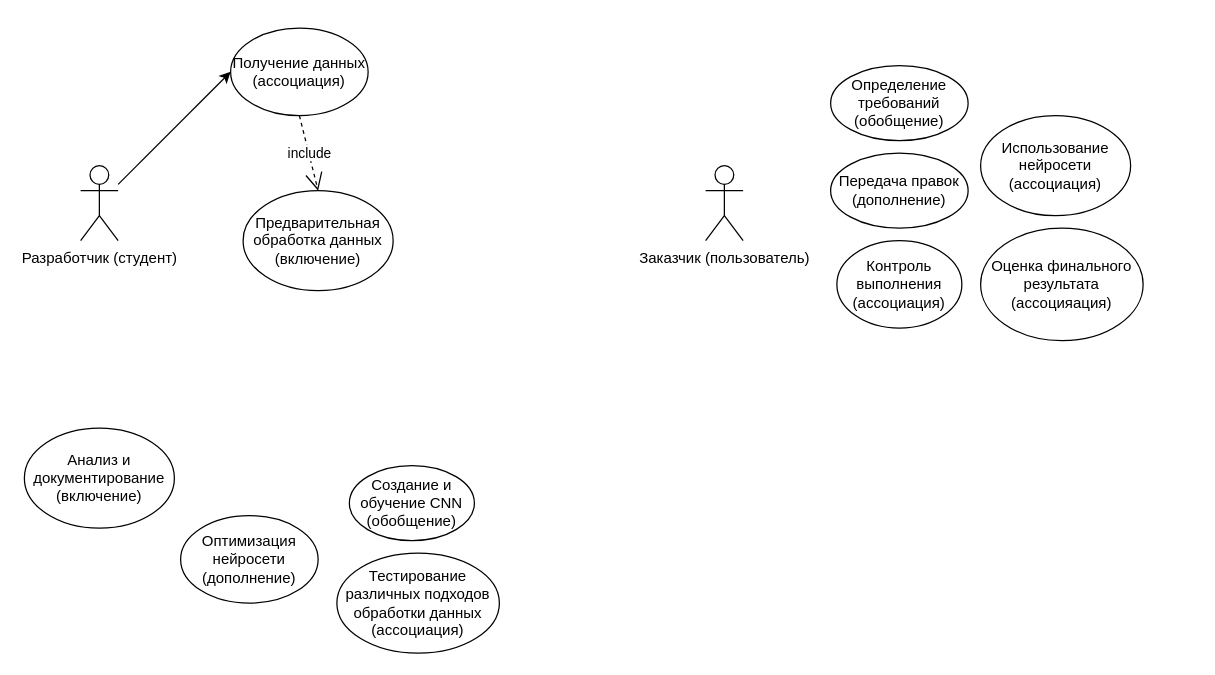
Above: Untitled Diagram.drawio in GeekNekoS/Draw_io (draw.io), before the change. Source tidied: cells renumbered, new cells numbered last; positions are measured from the earlier drawing's top-left corner, leaving out a move shared by most shapes. Both pictures are drawn from the tidied source at 125%, with x=0, y=0 at pixel (24, 28).
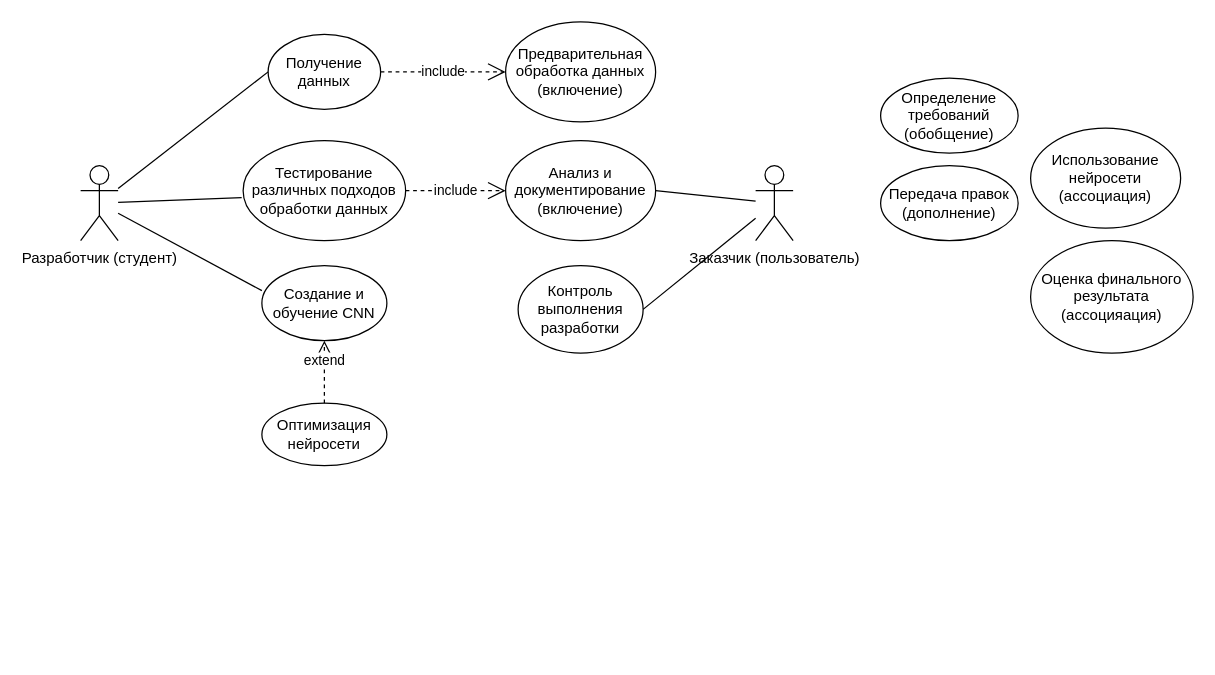
Above is the later version.

Unchanged cells that the change refers to:
```xml
<mxCell id="2" value="&lt;div&gt;Разработчик (студент)&lt;br&gt;&lt;/div&gt;&lt;div&gt;&lt;br&gt;&lt;/div&gt;" style="shape=umlActor;verticalLabelPosition=bottom;verticalAlign=top;html=1;outlineConnect=0;" parent="1" vertex="1">
  <mxGeometry x="45" y="110" width="30" height="60" as="geometry" />
</mxCell>
```

What changed in the source:
```diff
@@
-    <mxCell id="3" value="&lt;div&gt;Получение данных (ассоциация)&lt;/div&gt;" style="ellipse;whiteSpace=wrap;html=1;" parent="1" vertex="1">
-      <mxGeometry x="165" width="110" height="70" as="geometry" />
+    <mxCell id="3" value="&lt;div&gt;Получение данных &lt;br&gt;&lt;/div&gt;" style="ellipse;whiteSpace=wrap;html=1;" parent="1" vertex="1">
+      <mxGeometry x="195" y="5" width="90" height="60" as="geometry" />
     </mxCell>
     <mxCell id="4" value="&lt;div&gt;Предварительная обработка данных (включение) &lt;br&gt;&lt;/div&gt;" style="ellipse;whiteSpace=wrap;html=1;" parent="1" vertex="1">
-      <mxGeometry x="175" y="130" width="120" height="80" as="geometry" />
+      <mxGeometry x="385" y="-5" width="120" height="80" as="geometry" />
     </mxCell>
-    <mxCell id="5" value="&lt;div&gt;Создание и обучение CNN (обобщение)&lt;br&gt;&lt;/div&gt;" style="ellipse;whiteSpace=wrap;html=1;" parent="1" vertex="1">
-      <mxGeometry x="260" y="350" width="100" height="60" as="geometry" />
+    <mxCell id="5" value="&lt;div&gt;Создание и обучение CNN &lt;br&gt;&lt;/div&gt;" style="ellipse;whiteSpace=wrap;html=1;" parent="1" vertex="1">
+      <mxGeometry x="190" y="190" width="100" height="60" as="geometry" />
     </mxCell>
-    <mxCell id="6" value="Оптимизация нейросети (дополнение)" style="ellipse;whiteSpace=wrap;html=1;" parent="1" vertex="1">
-      <mxGeometry x="125" y="390" width="110" height="70" as="geometry" />
+    <mxCell id="6" value="Оптимизация нейросети" style="ellipse;whiteSpace=wrap;html=1;" parent="1" vertex="1">
+      <mxGeometry x="190" y="300" width="100" height="50" as="geometry" />
     </mxCell>
-    <mxCell id="7" value="Тестирование различных подходов обработки данных (ассоциация)" style="ellipse;whiteSpace=wrap;html=1;" parent="1" vertex="1">
-      <mxGeometry x="250" y="420" width="130" height="80" as="geometry" />
+    <mxCell id="7" value="Тестирование различных подходов обработки данных " style="ellipse;whiteSpace=wrap;html=1;" parent="1" vertex="1">
+      <mxGeometry x="175" y="90" width="130" height="80" as="geometry" />
     </mxCell>
     <mxCell id="8" value="Анализ и документирование (включение)" style="ellipse;whiteSpace=wrap;html=1;" parent="1" vertex="1">
-      <mxGeometry y="320" width="120" height="80" as="geometry" />
+      <mxGeometry x="385" y="90" width="120" height="80" as="geometry" />
     </mxCell>
     <mxCell id="9" value="&lt;div&gt;Заказчик (пользователь)&lt;/div&gt;" style="shape=umlActor;verticalLabelPosition=bottom;verticalAlign=top;html=1;outlineConnect=0;" parent="1" vertex="1">
-      <mxGeometry x="545" y="110" width="30" height="60" as="geometry" />
+      <mxGeometry x="585" y="110" width="30" height="60" as="geometry" />
     </mxCell>
     <mxCell id="10" value="Определение требований (обобщение)" style="ellipse;whiteSpace=wrap;html=1;" parent="1" vertex="1">
-      <mxGeometry x="645" y="30" width="110" height="60" as="geometry" />
+      <mxGeometry x="685" y="40" width="110" height="60" as="geometry" />
     </mxCell>
     <mxCell id="11" value="Передача правок (дополнение)" style="ellipse;whiteSpace=wrap;html=1;" parent="1" vertex="1">
-      <mxGeometry x="645" y="100" width="110" height="60" as="geometry" />
+      <mxGeometry x="685" y="110" width="110" height="60" as="geometry" />
     </mxCell>
-    <mxCell id="12" value="Контроль выполнения (ассоциация)" style="ellipse;whiteSpace=wrap;html=1;" parent="1" vertex="1">
-      <mxGeometry x="650" y="170" width="100" height="70" as="geometry" />
+    <mxCell id="12" value="Контроль выполнения разработки" style="ellipse;whiteSpace=wrap;html=1;" parent="1" vertex="1">
+      <mxGeometry x="395" y="190" width="100" height="70" as="geometry" />
     </mxCell>
     <mxCell id="13" value="Оценка финального результата (ассоцияация)" style="ellipse;whiteSpace=wrap;html=1;" parent="1" vertex="1">
-      <mxGeometry x="765" y="160" width="130" height="90" as="geometry" />
+      <mxGeometry x="805" y="170" width="130" height="90" as="geometry" />
     </mxCell>
     <mxCell id="14" value="Использование нейросети (ассоциация)" style="ellipse;whiteSpace=wrap;html=1;" parent="1" vertex="1">
-      <mxGeometry x="765" y="70" width="120" height="80" as="geometry" />
+      <mxGeometry x="805" y="80" width="120" height="80" as="geometry" />
     </mxCell>
+    <mxCell id="16" value="include" style="endArrow=open;endSize=12;dashed=1;html=1;rounded=0;exitX=1;exitY=0.5;exitDx=0;exitDy=0;entryX=0;entryY=0.5;entryDx=0;entryDy=0;" parent="1" edge="1" source="3" target="4">
+      <mxGeometry relative="1" as="geometry" />
+    </mxCell>
-    <mxCell id="15" style="endArrow=classic;html=1;rounded=0;entryX=0;entryY=0.5;entryDx=0;entryDy=0;" parent="1" edge="1" source="2" target="3">
+    <mxCell id="15" style="endArrow=none;html=1;rounded=0;entryX=0;entryY=0.5;entryDx=0;entryDy=0;" parent="1" edge="1" source="2" target="3">
       <mxGeometry relative="1" as="geometry" />
     </mxCell>
-    <mxCell id="16" value="include" style="endArrow=open;endSize=12;dashed=1;html=1;rounded=0;exitX=0.5;exitY=1;exitDx=0;exitDy=0;entryX=0.5;entryY=0;entryDx=0;entryDy=0;" parent="1" edge="1" source="3" target="4">
-      <mxGeometry relative="1" as="geometry" />
-    </mxCell>
+    <mxCell id="17" style="endArrow=none;html=1;rounded=0;entryX=-0.009;entryY=0.57;entryDx=0;entryDy=0;entryPerimeter=0;" parent="1" edge="1" source="2" target="7">
+      <mxGeometry relative="1" as="geometry" />
+    </mxCell>
+    <mxCell id="18" style="endArrow=none;html=1;rounded=0;entryX=0;entryY=0.333;entryDx=0;entryDy=0;entryPerimeter=0;" parent="1" edge="1" source="2" target="5">
+      <mxGeometry relative="1" as="geometry" />
+    </mxCell>
+    <mxCell id="19" value="extend" style="html=1;verticalAlign=bottom;endArrow=open;dashed=1;endSize=8;curved=0;rounded=0;entryX=0.5;entryY=1;entryDx=0;entryDy=0;exitX=0.5;exitY=0;exitDx=0;exitDy=0;" parent="1" edge="1" source="6" target="5">
+      <mxGeometry relative="1" as="geometry" />
+    </mxCell>
+    <mxCell id="20" style="endArrow=none;html=1;rounded=0;exitX=1;exitY=0.5;exitDx=0;exitDy=0;" parent="1" edge="1" source="8" target="9">
+      <mxGeometry relative="1" as="geometry" />
+    </mxCell>
+    <mxCell id="21" value="include" style="endArrow=open;endSize=12;dashed=1;html=1;rounded=0;exitX=1;exitY=0.5;exitDx=0;exitDy=0;entryX=0;entryY=0.5;entryDx=0;entryDy=0;" parent="1" edge="1" source="7" target="8">
+      <mxGeometry relative="1" as="geometry" />
+    </mxCell>
+    <mxCell id="22" style="endArrow=none;html=1;rounded=0;exitX=1;exitY=0.5;exitDx=0;exitDy=0;" parent="1" edge="1" source="12" target="9">
+      <mxGeometry relative="1" as="geometry" />
+    </mxCell>
```
